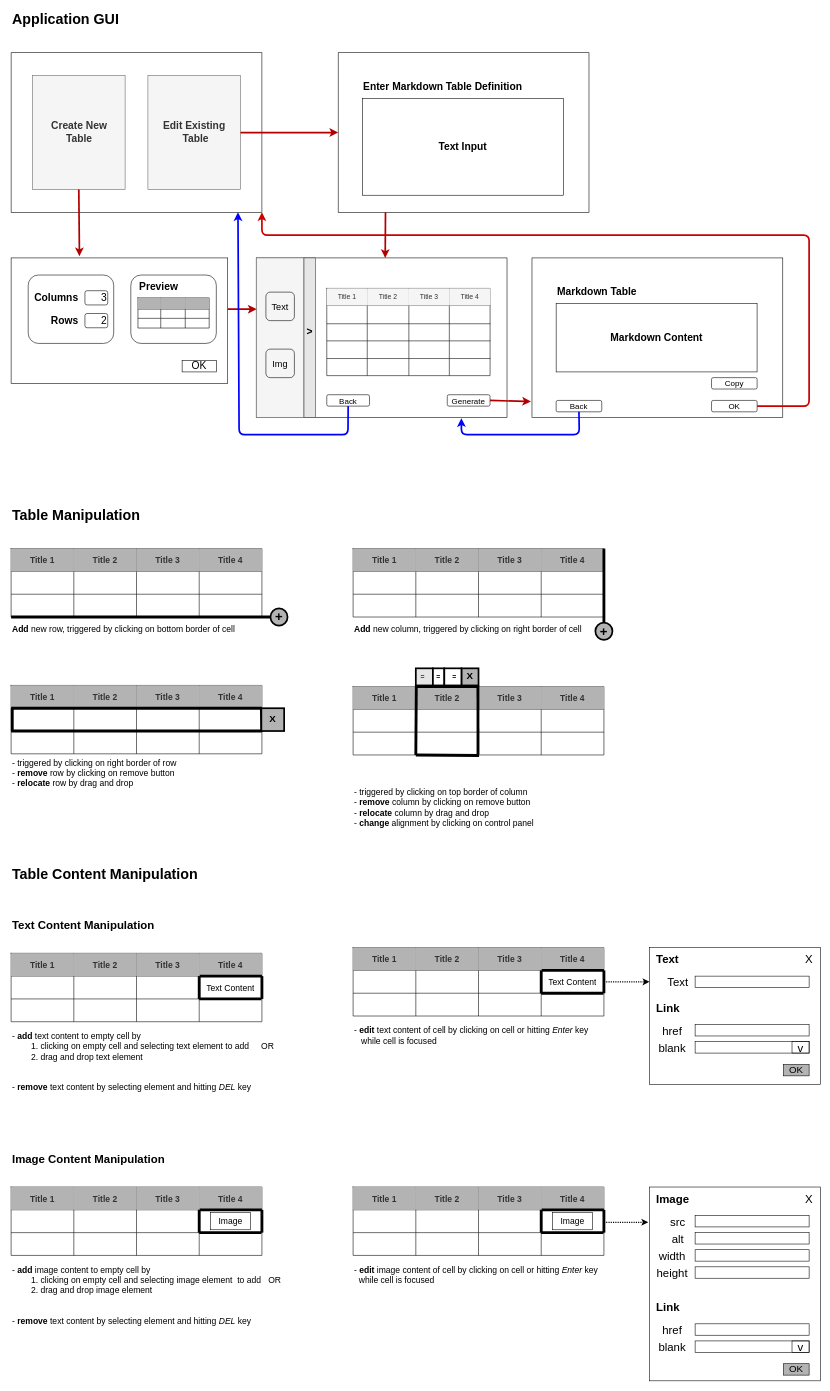
Above: documentation/wireframe/wireframe.drawio in lcov29/markdown-table-generator (draw.io), before the change. Source tidied: cells renumbered, new cells numbered last; positions are measured from the earlier drawing's top-left corner, leaving out a move shared by most shapes. Both pictures are drawn from the tidied source at 57%, with x=0, y=0 at pixel (11, 13).
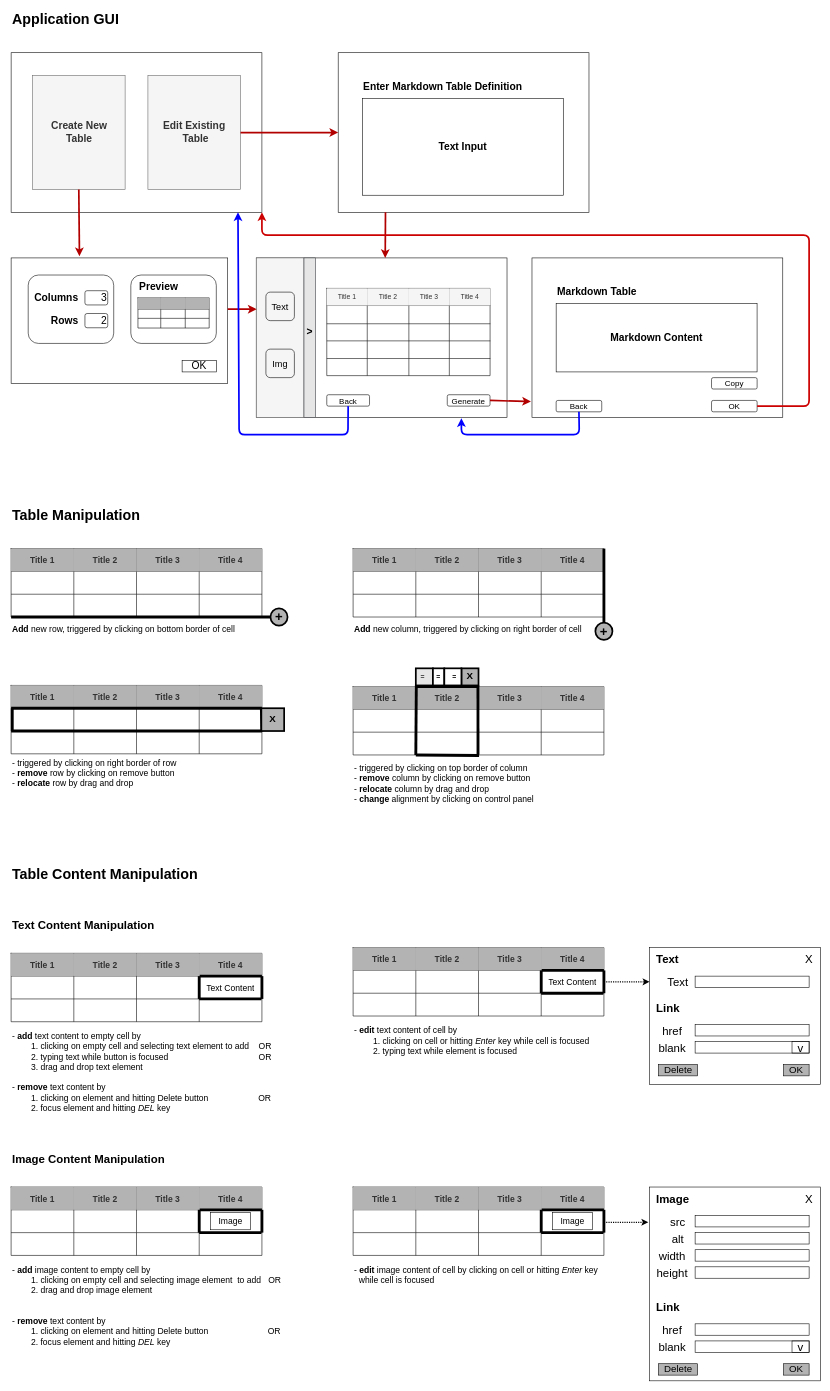
The same page after the edit.

The edit, as a diff of the source:
```diff
@@
-    <mxCell id="88" value="- &lt;b&gt;add&lt;/b&gt; text content to empty cell by&lt;br&gt;&lt;span style=&quot;white-space: pre&quot;&gt;&#9;&lt;/span&gt;1. clicking on empty cell and&amp;nbsp;selecting text element to add&amp;nbsp; &amp;nbsp; &amp;nbsp;OR&lt;br&gt;&lt;span style=&quot;white-space: pre&quot;&gt;&#9;&lt;/span&gt;2. drag and drop text element" style="text;html=1;strokeColor=none;fillColor=none;align=left;verticalAlign=top;whiteSpace=wrap;rounded=0;fontSize=15;horizontal=1;" parent="1" vertex="1">
-      <mxGeometry y="1780" width="490" height="70" as="geometry" />
+    <mxCell id="88" value="- &lt;b&gt;add&lt;/b&gt; text content to empty cell by&lt;br&gt;&lt;span style=&quot;white-space: pre&quot;&gt;&#9;&lt;/span&gt;1. clicking on empty cell and&amp;nbsp;selecting text element to add&amp;nbsp; &amp;nbsp; OR&lt;br&gt;&lt;span style=&quot;white-space: pre&quot;&gt;&#9;&lt;/span&gt;2. typing text while button is focused&amp;nbsp; &amp;nbsp; &amp;nbsp; &amp;nbsp; &amp;nbsp; &amp;nbsp; &amp;nbsp; &amp;nbsp; &amp;nbsp; &amp;nbsp; &amp;nbsp; &amp;nbsp; &amp;nbsp; &amp;nbsp; &amp;nbsp; &amp;nbsp; &amp;nbsp; &amp;nbsp; &amp;nbsp; OR&lt;br&gt;&lt;span style=&quot;white-space: pre&quot;&gt;&#9;&lt;/span&gt;3. drag and drop text element" style="text;html=1;strokeColor=none;fillColor=none;align=left;verticalAlign=top;whiteSpace=wrap;rounded=0;fontSize=15;horizontal=1;" parent="1" vertex="1">
+      <mxGeometry y="1780" width="490" height="80" as="geometry" />
     </mxCell>
-    <mxCell id="89" value="- &lt;b&gt;remove&lt;/b&gt; text content by selecting element and hitting &lt;i&gt;DEL&lt;/i&gt; key" style="text;html=1;strokeColor=none;fillColor=none;align=left;verticalAlign=top;whiteSpace=wrap;rounded=0;fontSize=15;horizontal=1;" parent="1" vertex="1">
-      <mxGeometry y="1870" width="480" height="30" as="geometry" />
+    <mxCell id="89" value="- &lt;b&gt;remove&lt;/b&gt; text content by&lt;br&gt;&lt;span style=&quot;white-space: pre&quot;&gt;&#9;&lt;/span&gt;1. clicking on element and hitting Delete button&amp;nbsp; &amp;nbsp; &amp;nbsp; &amp;nbsp; &amp;nbsp; &amp;nbsp; &amp;nbsp; &amp;nbsp; &amp;nbsp; &amp;nbsp; &amp;nbsp;OR&lt;br&gt;&lt;span style=&quot;white-space: pre&quot;&gt;&#9;&lt;/span&gt;2. focus element and hitting &lt;i&gt;DEL&lt;/i&gt; key&amp;nbsp; &amp;nbsp; &amp;nbsp; &amp;nbsp; &amp;nbsp; &amp;nbsp; &amp;nbsp; &amp;nbsp; &amp;nbsp; &amp;nbsp; &amp;nbsp; &amp;nbsp; &amp;nbsp; &amp;nbsp; &amp;nbsp;&amp;nbsp;" style="text;html=1;strokeColor=none;fillColor=none;align=left;verticalAlign=top;whiteSpace=wrap;rounded=0;fontSize=15;horizontal=1;" parent="1" vertex="1">
+      <mxGeometry y="1870" width="480" height="60" as="geometry" />
     </mxCell>
@@
-    <mxCell id="111" value="- &lt;b&gt;remove&lt;/b&gt; text content by&amp;nbsp;selecting element and&amp;nbsp;hitting &lt;i&gt;DEL&lt;/i&gt; key" style="text;html=1;strokeColor=none;fillColor=none;align=left;verticalAlign=top;whiteSpace=wrap;rounded=0;fontSize=15;horizontal=1;" parent="1" vertex="1">
-      <mxGeometry y="2280" width="500" height="30" as="geometry" />
+    <mxCell id="111" value="- &lt;b&gt;remove&lt;/b&gt; text content by&lt;br&gt;&lt;span style=&quot;white-space: pre&quot;&gt;&#9;&lt;/span&gt;1. clicking on element and hitting Delete button&amp;nbsp; &amp;nbsp; &amp;nbsp; &amp;nbsp; &amp;nbsp; &amp;nbsp; &amp;nbsp; &amp;nbsp; &amp;nbsp; &amp;nbsp; &amp;nbsp; &amp;nbsp; &amp;nbsp;OR&lt;br&gt;&lt;span style=&quot;white-space: pre&quot;&gt;&#9;&lt;/span&gt;2. focus element and hitting &lt;i&gt;DEL&lt;/i&gt; key" style="text;html=1;strokeColor=none;fillColor=none;align=left;verticalAlign=top;whiteSpace=wrap;rounded=0;fontSize=15;horizontal=1;" parent="1" vertex="1">
+      <mxGeometry y="2280" width="500" height="60" as="geometry" />
     </mxCell>
@@
-    <mxCell id="176" value="- &lt;b&gt;edit&lt;/b&gt; text content of cell by clicking on cell or hitting &lt;i&gt;Enter&lt;/i&gt; key&lt;br&gt;&amp;nbsp; &amp;nbsp;while cell is focused" style="text;html=1;strokeColor=none;fillColor=none;align=left;verticalAlign=top;whiteSpace=wrap;rounded=0;fontSize=15;horizontal=1;" parent="1" vertex="1">
-      <mxGeometry x="600" y="1770" width="420" height="50" as="geometry" />
+    <mxCell id="176" value="- &lt;b&gt;edit&lt;/b&gt; text content of cell by&lt;br&gt;&lt;span style=&quot;white-space: pre&quot;&gt;&#9;&lt;/span&gt;1. clicking on cell or hitting &lt;i&gt;Enter&lt;/i&gt; key while cell is focused&lt;br&gt;&lt;span style=&quot;white-space: pre&quot;&gt;&#9;&lt;/span&gt;2. typing text while element is focused" style="text;html=1;strokeColor=none;fillColor=none;align=left;verticalAlign=top;whiteSpace=wrap;rounded=0;fontSize=15;horizontal=1;" parent="1" vertex="1">
+      <mxGeometry x="600" y="1770" width="440" height="70" as="geometry" />
     </mxCell>
@@
     <mxCell id="211" value="- triggered by clicking on top border of column&lt;br&gt;- &lt;b&gt;remove&lt;/b&gt; column by clicking on remove button&lt;br&gt;- &lt;b&gt;relocate&lt;/b&gt; column by drag and drop&lt;br&gt;- &lt;b&gt;change&lt;/b&gt; alignment by clicking on control panel" style="text;html=1;strokeColor=none;fillColor=none;align=left;verticalAlign=top;whiteSpace=wrap;rounded=0;fontSize=15;horizontal=1;" parent="1" vertex="1">
-      <mxGeometry x="600" y="1352" width="480" height="88" as="geometry" />
+      <mxGeometry x="600" y="1310" width="440" height="88" as="geometry" />
     </mxCell>
@@
+    <mxCell id="288" value="Delete" style="text;html=1;align=center;verticalAlign=middle;whiteSpace=wrap;rounded=0;fontSize=17;strokeColor=#000000;fillColor=#B3B3B3;" parent="1" vertex="1">
+      <mxGeometry x="1135.6" y="1845" width="68.8" height="20" as="geometry" />
+    </mxCell>
+    <mxCell id="289" value="Delete" style="text;html=1;align=center;verticalAlign=middle;whiteSpace=wrap;rounded=0;fontSize=17;strokeColor=#000000;fillColor=#B3B3B3;" parent="1" vertex="1">
+      <mxGeometry x="1135.6" y="2370" width="68.8" height="20" as="geometry" />
+    </mxCell>
```
